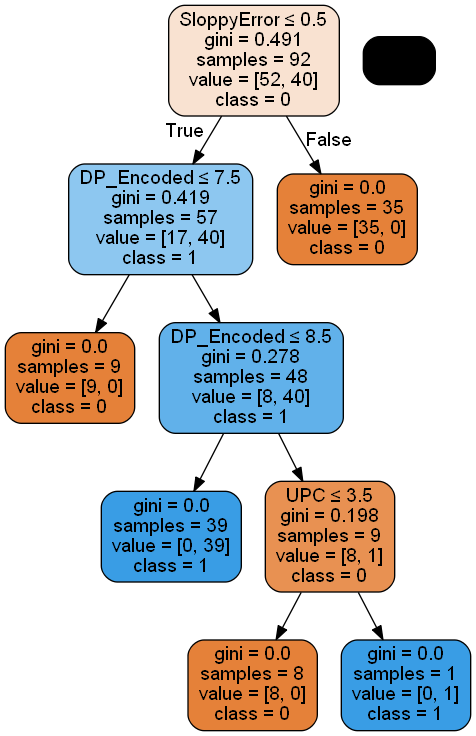
Above: tree.png in Yumil22/Curso_Python (Graphviz), before the change. Its source is kept beside it as tree.dot.
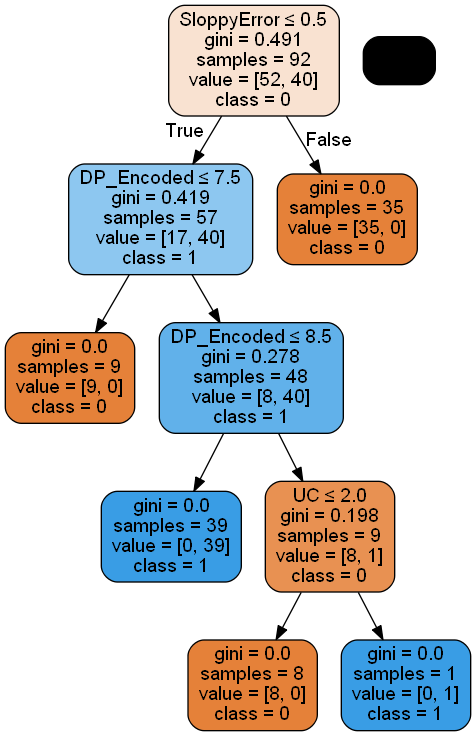
Above is the later version.

Change to the diagram source:
```diff
@@ -9,7 +9,7 @@
 1 -> 3 ;
 4 [label="gini = 0.0\nsamples = 39\nvalue = [0, 39]"] ;
 3 -> 4 ;
-5 [label="UPC <= 3.5\ngini = 0.198\nsamples = 9\nvalue = [8, 1]"] ;
+5 [label="UC <= 2.0\ngini = 0.198\nsamples = 9\nvalue = [8, 1]"] ;
 3 -> 5 ;
 6 [label="gini = 0.0\nsamples = 8\nvalue = [8, 0]"] ;
 5 -> 6 ;
```
